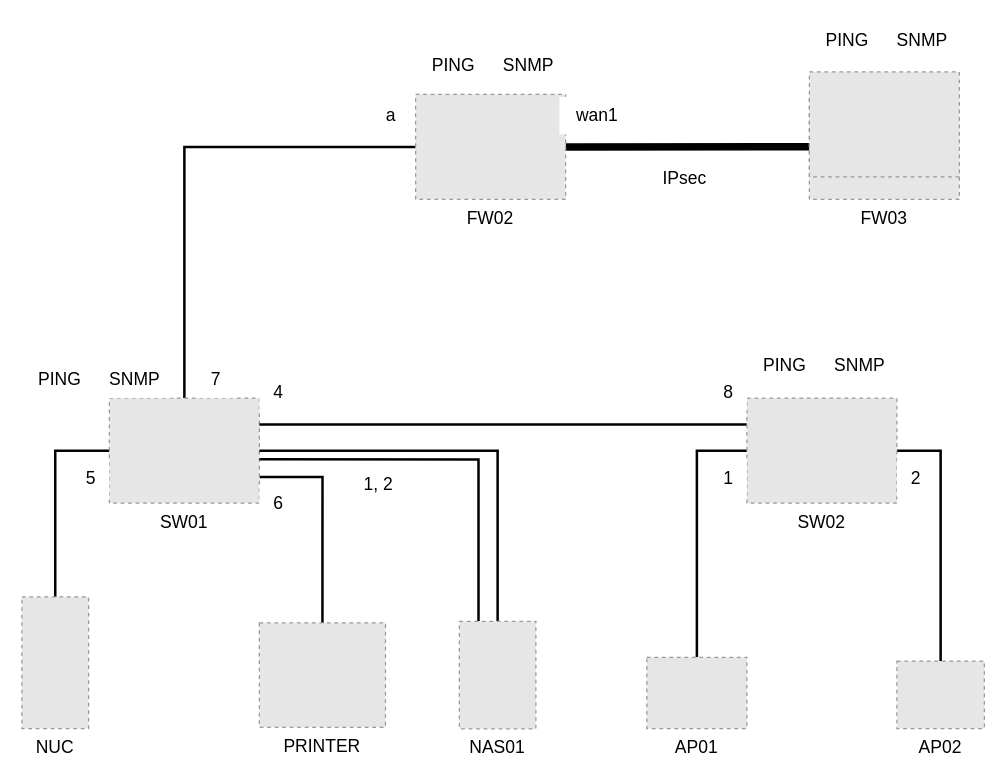
The draw.io diagram Network Topology 2.drawio in Empakt/Draw.io_Stuff, before the edit. Source tidied: cells renumbered, new cells numbered last; positions are measured from the earlier drawing's top-left corner, leaving out a move shared by most shapes. Both pictures are drawn from the tidied source at 125%, with x=0, y=0 at pixel (21, 21). Pictures stored in the file or linked from it are replaced by grey dashed boxes.
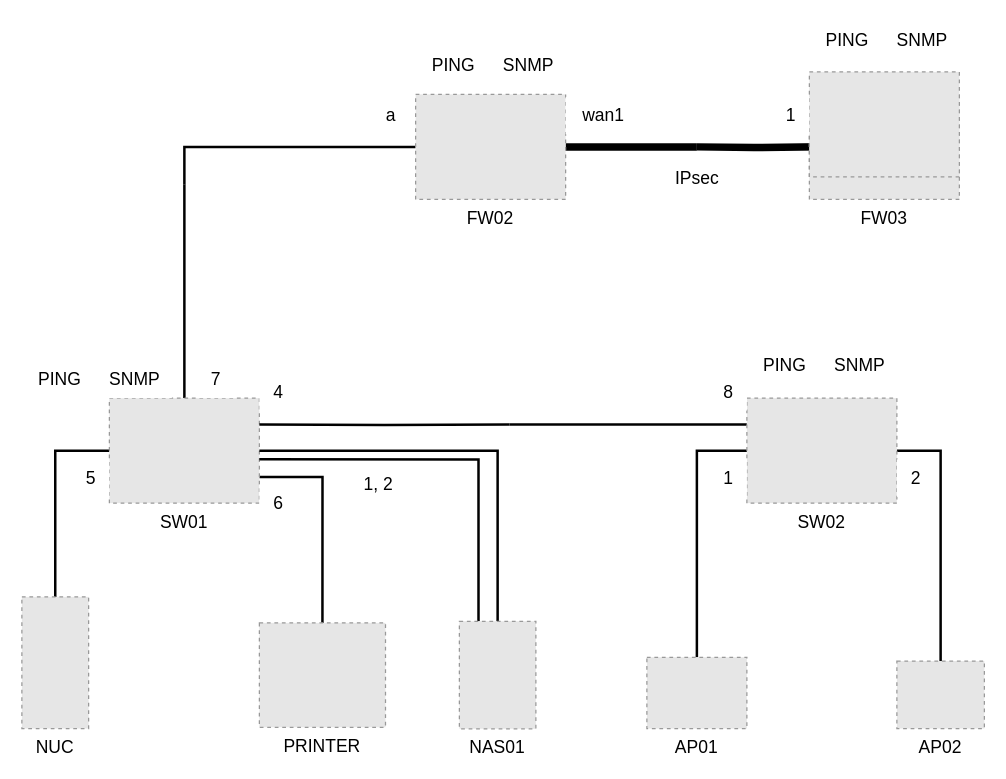
Above is the later version.

Unchanged cells that the change refers to:
```xml
<mxCell id="5" value="FW02" style="fillColor=#E6E6E6;strokeColor=#999999;dashed=1;verticalLabelPosition=bottom;labelBackgroundColor=#ffffff;verticalAlign=top;fontSize=14;fontStyle=0;" parent="1" vertex="1">
  <mxGeometry x="315" y="58" width="120" height="84" as="geometry" />
</mxCell>
<mxCell id="11" value="SW01" style="fillColor=#E6E6E6;strokeColor=#999999;dashed=1;verticalLabelPosition=bottom;labelBackgroundColor=#ffffff;verticalAlign=top;fontSize=14;" parent="1" vertex="1">
  <mxGeometry x="70" y="301" width="120" height="84" as="geometry" />
</mxCell>
<mxCell id="20" value="SW02" style="fillColor=#E6E6E6;strokeColor=#999999;dashed=1;verticalLabelPosition=bottom;labelBackgroundColor=#ffffff;verticalAlign=top;fontSize=14;" parent="1" vertex="1">
  <mxGeometry x="580" y="301" width="120" height="84" as="geometry" />
</mxCell>
```

The edit, as a diff of the source:
```diff
@@
-    <mxCell id="2" style="edgeStyle=orthogonalEdgeStyle;rounded=0;jettySize=auto;html=1;exitX=1;exitY=0.5;exitDx=0;exitDy=0;entryX=0.083;entryY=0.714;entryDx=0;entryDy=0;entryPerimeter=0;endArrow=none;endFill=0;strokeWidth=6;" parent="1" edge="1" source="5" target="6">
-      <mxGeometry relative="1" as="geometry" />
+    <mxCell id="2" style="edgeStyle=orthogonalEdgeStyle;rounded=0;jettySize=auto;html=1;entryX=0.083;entryY=0.714;entryDx=0;entryDy=0;entryPerimeter=0;endArrow=none;endFill=0;strokeWidth=6;" parent="1" edge="1" target="6">
+      <mxGeometry relative="1" as="geometry">
+        <mxPoint x="540" y="100" as="sourcePoint" />
+      </mxGeometry>
     </mxCell>
-    <mxCell id="3" value="FW03" style="fillColor=#E6E6E6;strokeColor=#999999;dashed=1;verticalLabelPosition=bottom;labelBackgroundColor=#ffffff;verticalAlign=top;fontSize=14;" parent="1" vertex="1">
-      <mxGeometry x="630" y="58" width="120" height="84" as="geometry" />
-    </mxCell>
-    <mxCell id="4" style="edgeStyle=orthogonalEdgeStyle;rounded=0;jettySize=auto;html=1;exitX=0;exitY=0.5;exitDx=0;exitDy=0;entryX=0.5;entryY=0;entryDx=0;entryDy=0;fontSize=14;endArrow=none;endFill=0;strokeWidth=2;" parent="1" edge="1" source="5" target="11">
-      <mxGeometry relative="1" as="geometry" />
+    <mxCell id="4" style="edgeStyle=orthogonalEdgeStyle;rounded=0;jettySize=auto;html=1;exitX=0;exitY=0.5;exitDx=0;exitDy=0;fontSize=14;endArrow=none;endFill=0;strokeWidth=2;" parent="1" edge="1" source="5">
+      <mxGeometry relative="1" as="geometry">
+        <mxPoint x="130" y="130" as="targetPoint" />
+        <Array as="points">
+          <mxPoint x="130" y="100" />
+        </Array>
+      </mxGeometry>
     </mxCell>
+    <mxCell id="40" style="edgeStyle=orthogonalEdgeStyle;rounded=0;jettySize=auto;html=1;exitX=1;exitY=0.5;exitDx=0;exitDy=0;strokeWidth=6;endArrow=none;endFill=0;" parent="1" edge="1" source="5">
+      <mxGeometry relative="1" as="geometry">
+        <mxPoint x="540" y="100" as="targetPoint" />
+      </mxGeometry>
+    </mxCell>
@@
-    <mxCell id="6" style="fillColor=#E6E6E6;strokeColor=#999999;dashed=1;verticalLabelPosition=bottom;labelBackgroundColor=#ffffff;verticalAlign=top;" parent="1" vertex="1">
-      <mxGeometry x="630" y="40" width="120" height="84" as="geometry" />
-    </mxCell>
     <mxCell id="7" value="wan1" style="text;html=1;align=center;verticalAlign=middle;strokeColor=none;fillColor=#FFFFFF;fontSize=14;" parent="1" vertex="1">
-      <mxGeometry x="430" y="60" width="60" height="30" as="geometry" />
+      <mxGeometry x="435" y="60" width="60" height="30" as="geometry" />
     </mxCell>
@@
+    <mxCell id="41" style="edgeStyle=orthogonalEdgeStyle;rounded=0;jettySize=auto;html=1;exitX=0.5;exitY=0;exitDx=0;exitDy=0;endArrow=none;endFill=0;strokeWidth=2;" parent="1" edge="1" source="11">
+      <mxGeometry relative="1" as="geometry">
+        <mxPoint x="130" y="130" as="targetPoint" />
+      </mxGeometry>
+    </mxCell>
@@
-    <mxCell id="17" style="edgeStyle=orthogonalEdgeStyle;rounded=0;jettySize=auto;html=1;exitX=0;exitY=0.25;exitDx=0;exitDy=0;entryX=1;entryY=0.25;entryDx=0;entryDy=0;fontSize=14;endArrow=none;endFill=0;strokeWidth=2;" parent="1" edge="1" source="20" target="11">
-      <mxGeometry relative="1" as="geometry" />
+    <mxCell id="17" style="edgeStyle=orthogonalEdgeStyle;rounded=0;jettySize=auto;html=1;entryX=1;entryY=0.25;entryDx=0;entryDy=0;fontSize=14;endArrow=none;endFill=0;strokeWidth=2;" parent="1" edge="1" target="11">
+      <mxGeometry relative="1" as="geometry">
+        <mxPoint x="390" y="322" as="sourcePoint" />
+      </mxGeometry>
     </mxCell>
@@
+    <mxCell id="42" style="edgeStyle=orthogonalEdgeStyle;rounded=0;jettySize=auto;html=1;exitX=0;exitY=0.25;exitDx=0;exitDy=0;endArrow=none;endFill=0;strokeWidth=2;" parent="1" edge="1" source="20">
+      <mxGeometry relative="1" as="geometry">
+        <mxPoint x="390" y="322" as="targetPoint" />
+      </mxGeometry>
+    </mxCell>
@@
     <mxCell id="31" value="IPsec" style="text;html=1;align=center;verticalAlign=middle;strokeColor=none;fillColor=#FFFFFF;fontSize=14;" parent="1" vertex="1">
-      <mxGeometry x="500" y="110" width="60" height="30" as="geometry" />
+      <mxGeometry x="510" y="110" width="60" height="30" as="geometry" />
     </mxCell>
@@
+    <mxCell id="43" style="group;fillColor=none;" parent="1" vertex="1">
+      <mxGeometry x="630" y="40" width="120" height="102" as="geometry" />
+    </mxCell>
+    <mxCell id="3" value="FW03" style="fillColor=#E6E6E6;strokeColor=#999999;dashed=1;verticalLabelPosition=bottom;labelBackgroundColor=#ffffff;verticalAlign=top;fontSize=14;" parent="43" vertex="1">
+      <mxGeometry y="18" width="120" height="84" as="geometry" />
+    </mxCell>
+    <mxCell id="6" style="fillColor=#E6E6E6;strokeColor=#999999;dashed=1;verticalLabelPosition=bottom;labelBackgroundColor=#ffffff;verticalAlign=top;" parent="43" vertex="1">
+      <mxGeometry width="120" height="84" as="geometry" />
+    </mxCell>
+    <mxCell id="44" value="1" style="text;html=1;align=center;verticalAlign=middle;strokeColor=none;fillColor=#FFFFFF;fontSize=14;" parent="1" vertex="1">
+      <mxGeometry x="600" y="60" width="30" height="30" as="geometry" />
+    </mxCell>
```
